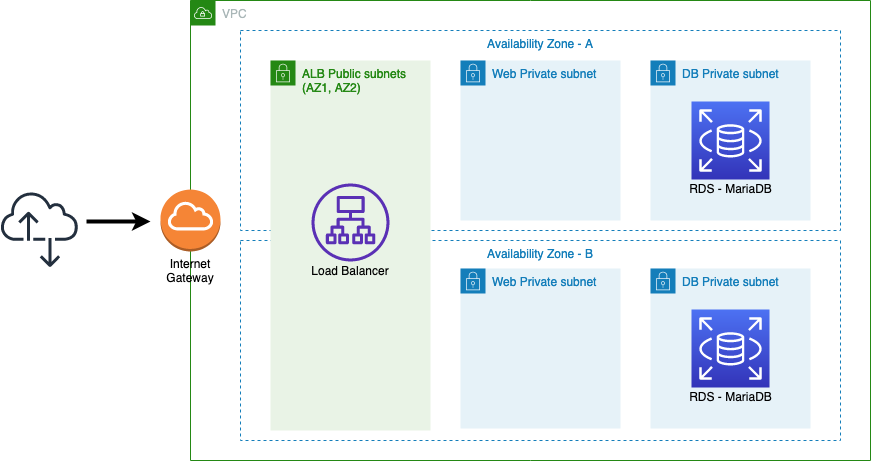
Earlier version of the draw.io export content/work3/images/lab2-task4.png (dianadiazc/customer-wa). Source tidied: cells renumbered, new cells last; positions are measured from the earlier drawing's top-left corner, leaving out a move shared by most shapes.
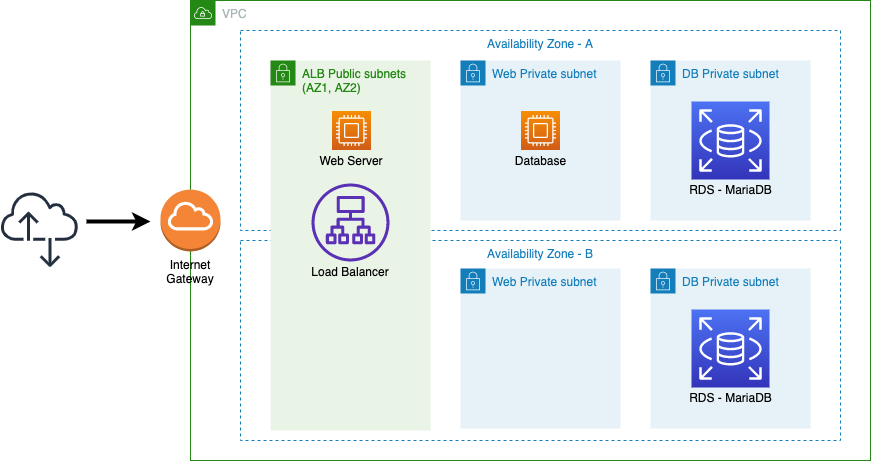
After the commit.

Change to the diagram source:
```diff
@@ -59,5 +59,17 @@
     <mxCell id="19" value="Load Balancer" style="text;html=1;strokeColor=none;fillColor=none;align=center;verticalAlign=middle;whiteSpace=wrap;rounded=0;" parent="1" vertex="1">
       <mxGeometry x="310" y="261" width="80" height="20" as="geometry" />
     </mxCell>
+    <mxCell id="20" style="fontColor=#232F3E;gradientColor=#F78E04;gradientDirection=north;fillColor=#D05C17;strokeColor=#ffffff;dashed=0;verticalLabelPosition=bottom;verticalAlign=top;align=center;html=1;fontSize=12;fontStyle=0;shape=mxgraph.aws4.resourceIcon;resIcon=mxgraph.aws4.compute;" parent="1" vertex="1">
+      <mxGeometry x="331.5" y="110.5" width="39" height="39" as="geometry" />
+    </mxCell>
+    <mxCell id="21" value="Web Server" style="text;html=1;strokeColor=none;fillColor=none;align=center;verticalAlign=middle;whiteSpace=wrap;rounded=0;" parent="1" vertex="1">
+      <mxGeometry x="316" y="150" width="70" height="20" as="geometry" />
+    </mxCell>
+    <mxCell id="22" value="Database" style="text;html=1;strokeColor=none;fillColor=none;align=center;verticalAlign=middle;whiteSpace=wrap;rounded=0;" parent="1" vertex="1">
+      <mxGeometry x="497.5" y="150" width="85" height="20" as="geometry" />
+    </mxCell>
+    <mxCell id="23" style="fontColor=#232F3E;gradientColor=#F78E04;gradientDirection=north;fillColor=#D05C17;strokeColor=#ffffff;dashed=0;verticalLabelPosition=bottom;verticalAlign=top;align=center;html=1;fontSize=12;fontStyle=0;shape=mxgraph.aws4.resourceIcon;resIcon=mxgraph.aws4.compute;" parent="1" vertex="1">
+      <mxGeometry x="520.5" y="110.5" width="39" height="39" as="geometry" />
+    </mxCell>
   </root>
 </mxGraphModel>
```
